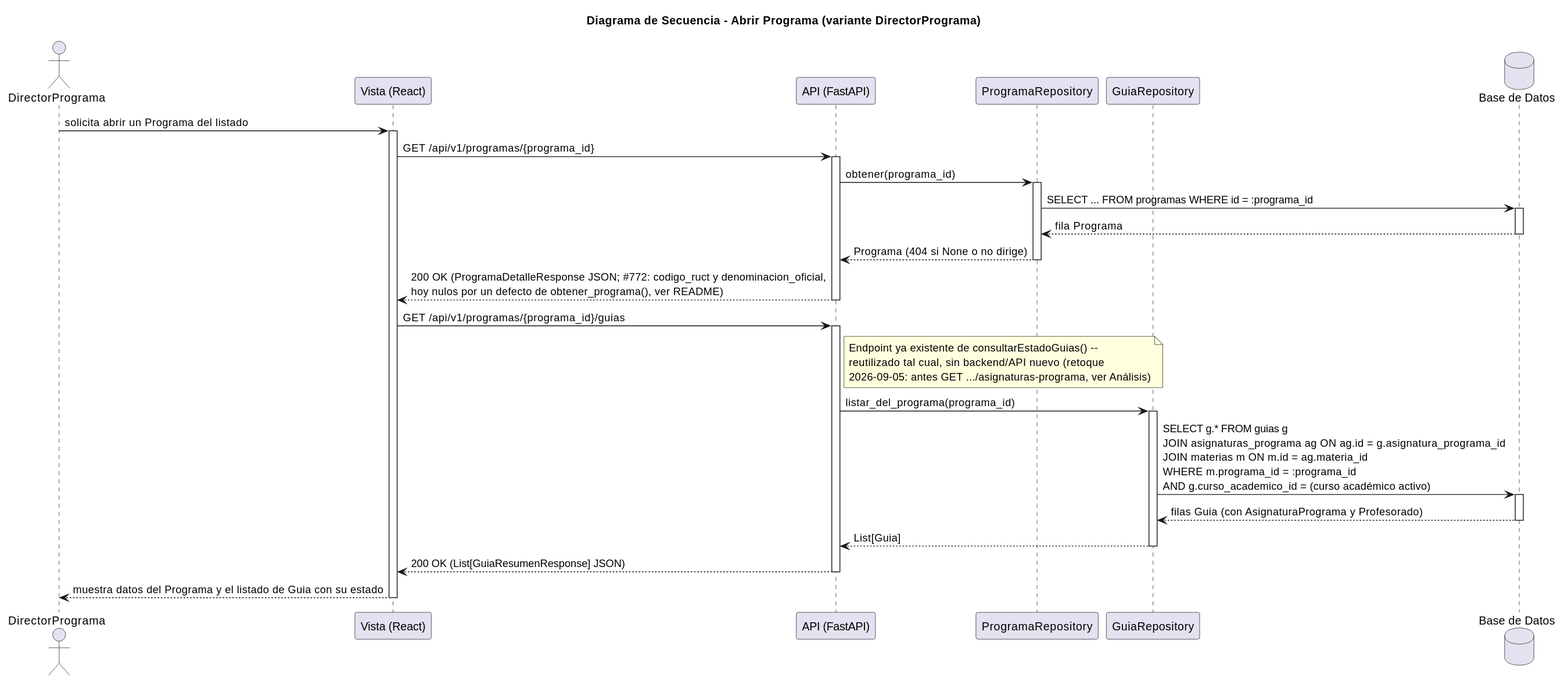
This is images/RUP/03-diseño/casos-uso/abrirPrograma/secuencia.svg from mmasias/pyCeldaPublico, a PlantUML export, as it was before one commit.
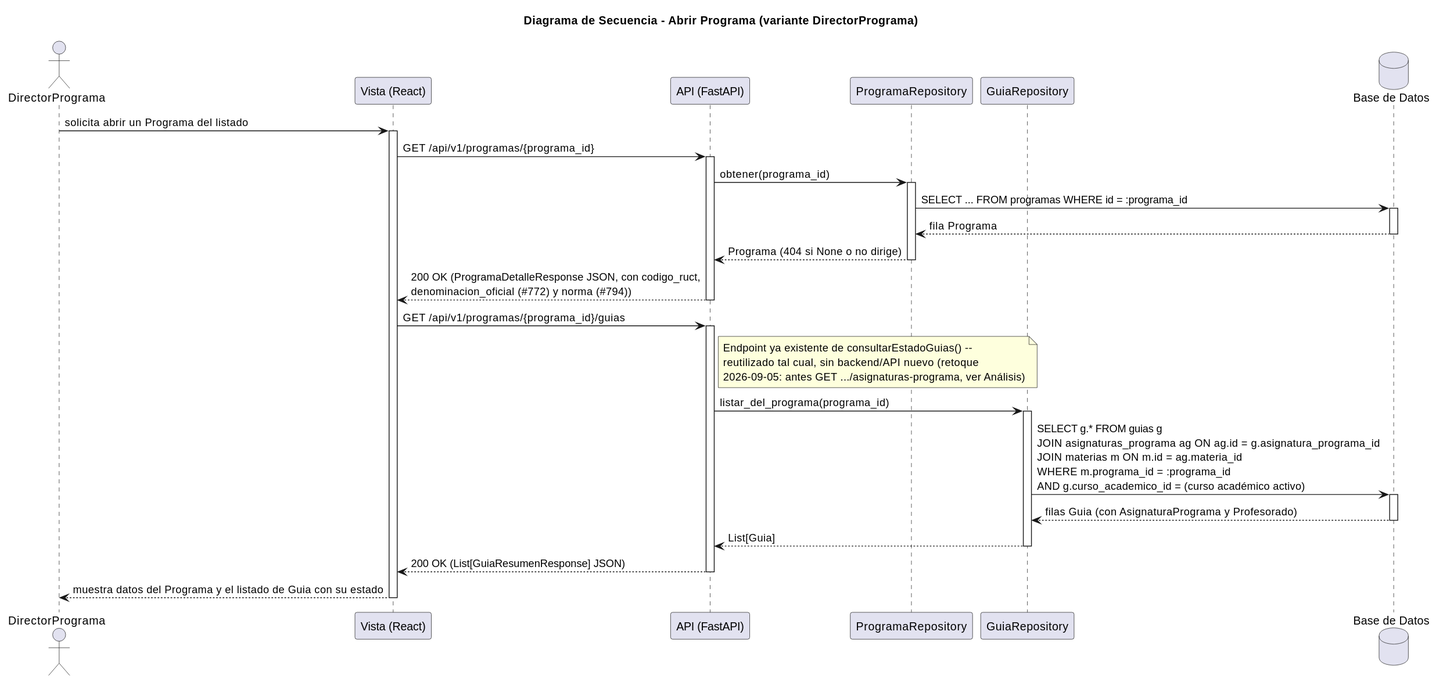
The same diagram one commit later.

What changed in the source:
```diff
@@ -22,7 +22,7 @@
 ProgramaRepo --> API: Programa (404 si None o no dirige)
 deactivate ProgramaRepo
 
-API --> Vista: 200 OK (ProgramaDetalleResponse JSON; #772: codigo_ruct y denominacion_oficial,\nhoy nulos por un defecto de obtener_programa(), ver README)
+API --> Vista: 200 OK (ProgramaDetalleResponse JSON, con codigo_ruct,\ndenominacion_oficial (#772) y norma (#794))
 deactivate API
 
 Vista -> API: GET /api/v1/programas/{programa_id}/guias
```
